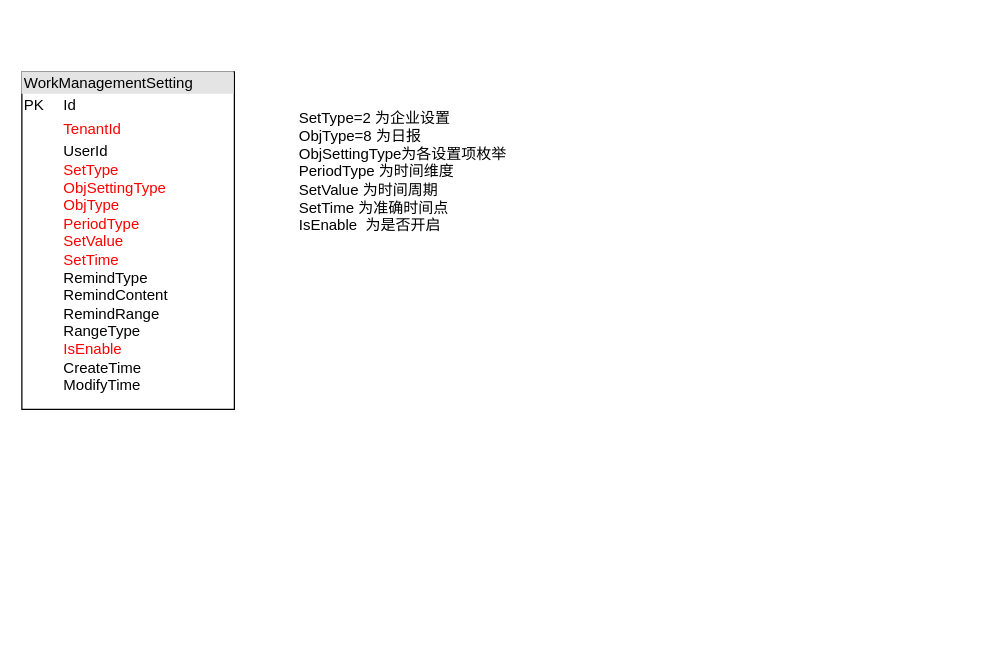
mozhu33/Diagrams keeps this draw.io diagram as 25_01.drawio. Above is the earlier version. Source tidied: cells renumbered, new cells numbered last; positions are measured from the earlier drawing's top-left corner, leaving out a move shared by most shapes. Both pictures are drawn from the tidied source at 125%, with x=0, y=0 at pixel (21, 71).
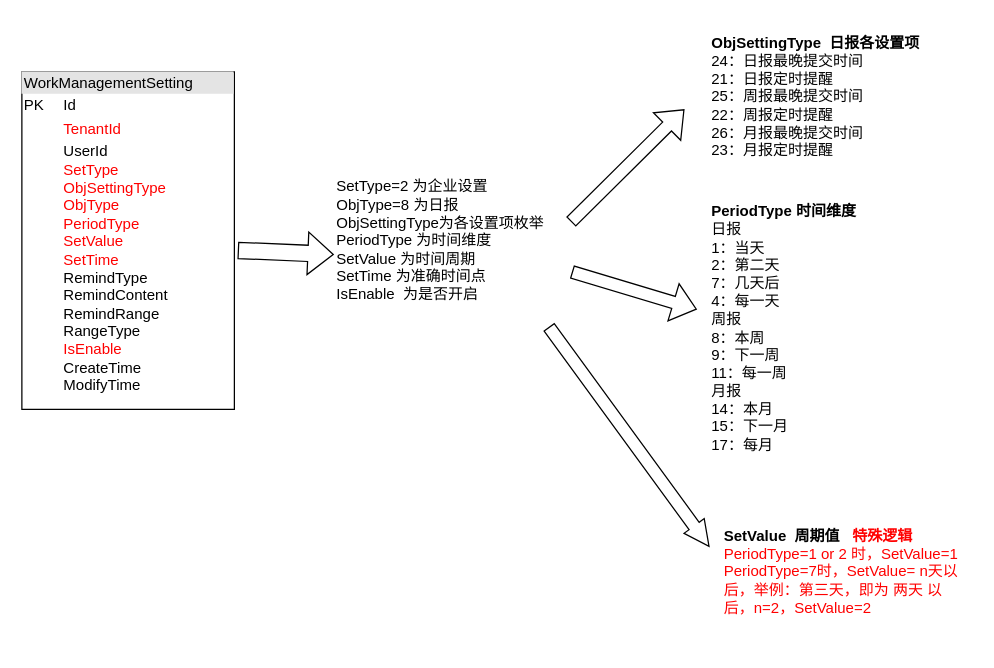
After the change.

What changed in the source:
```diff
@@
 <mxGraphModel>
   <root>
     <mxCell id="0" />
     <mxCell id="1" parent="0" />
     <mxCell id="2" value="&lt;div style=&quot;box-sizing:border-box;width:100%;background:#e4e4e4;padding:2px;&quot;&gt;WorkManagementSetting&lt;/div&gt;&lt;table style=&quot;width:100%;font-size:1em;&quot; cellpadding=&quot;2&quot; cellspacing=&quot;0&quot;&gt;&lt;tbody&gt;&lt;tr&gt;&lt;td&gt;PK&lt;/td&gt;&lt;td&gt;Id&lt;/td&gt;&lt;/tr&gt;&lt;tr&gt;&lt;td&gt;&lt;br&gt;&lt;/td&gt;&lt;td&gt;&lt;font color=&quot;#ff0000&quot;&gt;TenantId&lt;/font&gt;&lt;/td&gt;&lt;/tr&gt;&lt;tr&gt;&lt;td&gt;&lt;/td&gt;&lt;td&gt;UserId&lt;br&gt;&lt;font color=&quot;#ff0000&quot;&gt;SetType&lt;br&gt;ObjSettingType&lt;br&gt;ObjType&lt;br&gt;PeriodType&lt;br&gt;SetValue&lt;br&gt;SetTime&lt;/font&gt;&lt;br&gt;RemindType&lt;br&gt;RemindContent&lt;br&gt;RemindRange&lt;br&gt;RangeType&lt;br&gt;&lt;font color=&quot;#ff0000&quot;&gt;IsEnable&lt;/font&gt;&lt;br&gt;CreateTime&lt;br&gt;ModifyTime&lt;br&gt;&lt;br&gt;&lt;/td&gt;&lt;/tr&gt;&lt;/tbody&gt;&lt;/table&gt;" style="verticalAlign=top;align=left;overflow=fill;html=1;whiteSpace=wrap;" parent="1" vertex="1">
       <mxGeometry width="170" height="270" as="geometry" />
     </mxCell>
-    <mxCell id="3" value="&lt;div style=&quot;&quot;&gt;&lt;span style=&quot;background-color: initial;&quot;&gt;SetType=2 为企业设置&lt;/span&gt;&lt;/div&gt;&lt;div style=&quot;&quot;&gt;ObjType=8 为日报&lt;span style=&quot;background-color: initial;&quot;&gt;&lt;br&gt;&lt;/span&gt;&lt;/div&gt;&lt;div style=&quot;&quot;&gt;ObjSettingType为各设置项枚举&lt;/div&gt;&lt;div style=&quot;&quot;&gt;PeriodType 为时间维度&lt;/div&gt;&lt;div&gt;SetValue 为时间周期&lt;/div&gt;&lt;div&gt;SetTime 为准确时间点&lt;/div&gt;&lt;div&gt;IsEnable&amp;nbsp; 为是否开启&lt;/div&gt;" style="text;html=1;align=left;verticalAlign=middle;whiteSpace=wrap;rounded=0;" parent="1" vertex="1">
-      <mxGeometry x="220" y="10" width="190" height="140" as="geometry" />
+    <mxCell id="3" value="&lt;div style=&quot;&quot;&gt;&lt;span style=&quot;background-color: initial;&quot;&gt;SetType=2 为企业设置&lt;/span&gt;&lt;/div&gt;&lt;div style=&quot;&quot;&gt;ObjType=8 为日报&lt;span style=&quot;background-color: initial;&quot;&gt;&lt;br&gt;&lt;/span&gt;&lt;/div&gt;&lt;div style=&quot;&quot;&gt;ObjSettingType为各设置项枚举&lt;/div&gt;&lt;div style=&quot;&quot;&gt;PeriodType 为时间维度&lt;/div&gt;&lt;div&gt;SetValue 为时间周期&lt;/div&gt;&lt;div&gt;SetTime 为准确时间点&lt;/div&gt;&lt;div&gt;IsEnable&amp;nbsp; 为是否开启&lt;/div&gt;" style="text;html=1;align=left;verticalAlign=middle;whiteSpace=wrap;rounded=0;strokeColor=none;" parent="1" vertex="1">
+      <mxGeometry x="250" y="65" width="190" height="140" as="geometry" />
     </mxCell>
+    <mxCell id="4" value="&lt;b&gt;ObjSettingType&amp;nbsp; 日报各设置项&lt;/b&gt;&lt;div&gt;24：日报最晚提交时间&lt;/div&gt;&lt;div&gt;21：日报定时提醒&lt;/div&gt;&lt;div&gt;25：周报最晚提交时间&lt;/div&gt;&lt;div&gt;22：周报定时提醒&lt;/div&gt;&lt;div&gt;26：月报最晚提交时间&lt;/div&gt;&lt;div&gt;23：月报定时提醒&lt;/div&gt;" style="text;html=1;align=left;verticalAlign=middle;whiteSpace=wrap;rounded=0;" parent="1" vertex="1">
+      <mxGeometry x="550" y="-40" width="200" height="120" as="geometry" />
+    </mxCell>
+    <mxCell id="5" value="&lt;b&gt;PeriodType 时间维度&lt;/b&gt;&lt;div&gt;日报&lt;/div&gt;&lt;div&gt;1：当天&lt;/div&gt;&lt;div&gt;2：第二天&lt;/div&gt;&lt;div&gt;7：几天后&lt;/div&gt;&lt;div&gt;4：每一天&lt;/div&gt;&lt;div&gt;周报&lt;/div&gt;&lt;div&gt;8：本周&lt;/div&gt;&lt;div&gt;9：下一周&lt;/div&gt;&lt;div&gt;11：每一周&lt;/div&gt;&lt;div&gt;月报&lt;/div&gt;&lt;div&gt;14：本月&lt;/div&gt;&lt;div&gt;15：下一月&lt;/div&gt;&lt;div&gt;17：每月&lt;/div&gt;" style="text;html=1;align=left;verticalAlign=middle;whiteSpace=wrap;rounded=0;" parent="1" vertex="1">
+      <mxGeometry x="550" y="100" width="170" height="210" as="geometry" />
+    </mxCell>
+    <mxCell id="6" value="&lt;b&gt;SetValue&amp;nbsp; 周期值&amp;nbsp; &amp;nbsp;&lt;font color=&quot;#ff0000&quot;&gt;特殊逻辑&lt;/font&gt;&lt;/b&gt;&lt;div&gt;&lt;font color=&quot;#ff0000&quot;&gt;PeriodType=1 or 2 时，SetValue=1&amp;nbsp;&lt;/font&gt;&lt;/div&gt;&lt;div&gt;&lt;font color=&quot;#ff0000&quot;&gt;PeriodType=7时，SetValue= n天以后，举例：第三天，即为 两天 以后，n=2，SetValue=2&lt;/font&gt;&lt;/div&gt;" style="text;html=1;align=left;verticalAlign=middle;whiteSpace=wrap;rounded=0;" parent="1" vertex="1">
+      <mxGeometry x="560" y="340" width="200" height="120" as="geometry" />
+    </mxCell>
+    <mxCell id="7" style="shape=flexArrow;endArrow=classic;html=1;rounded=0;entryX=-0.002;entryY=0.579;entryDx=0;entryDy=0;entryPerimeter=0;exitX=1.016;exitY=0.529;exitDx=0;exitDy=0;exitPerimeter=0;width=13;endSize=6.44;" parent="1" edge="1" source="2" target="3">
+      <mxGeometry relative="1" as="geometry" />
+    </mxCell>
+    <mxCell id="8" style="shape=flexArrow;endArrow=classic;html=1;rounded=0;exitX=0.996;exitY=0.393;exitDx=0;exitDy=0;exitPerimeter=0;" parent="1" edge="1" source="3">
+      <mxGeometry relative="1" as="geometry">
+        <mxPoint x="530" y="30" as="targetPoint" />
+      </mxGeometry>
+    </mxCell>
+    <mxCell id="9" style="shape=flexArrow;endArrow=classic;html=1;rounded=0;" parent="1" edge="1">
+      <mxGeometry relative="1" as="geometry">
+        <mxPoint x="440" y="160" as="sourcePoint" />
+        <mxPoint x="540" y="190" as="targetPoint" />
+      </mxGeometry>
+    </mxCell>
+    <mxCell id="10" style="shape=flexArrow;endArrow=classic;html=1;rounded=0;exitX=0.903;exitY=0.993;exitDx=0;exitDy=0;endWidth=9;endSize=6.4;exitPerimeter=0;" parent="1" edge="1" source="3">
+      <mxGeometry relative="1" as="geometry">
+        <mxPoint x="550" y="380" as="targetPoint" />
+      </mxGeometry>
+    </mxCell>
   </root>
 </mxGraphModel>
```
